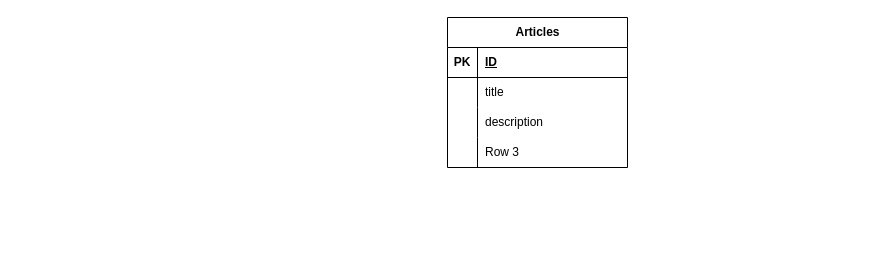
Earlier version of the draw.io diagram news.drawio (andrew-atef/andrew-atef). Source tidied: cells renumbered, new cells numbered last; positions are measured from the earlier drawing's top-left corner, leaving out a move shared by most shapes. Both pictures are drawn from the tidied source at 100%, with x=0, y=0 at pixel (447, 17).
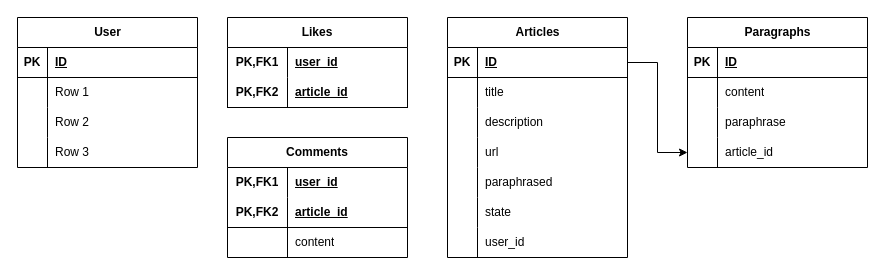
After the change.

Unchanged cells that the change refers to:
```xml
<mxCell id="3" style="shape=tableRow;horizontal=0;startSize=0;swimlaneHead=0;swimlaneBody=0;fillColor=none;points=[[0,0.5],[1,0.5]];portConstraint=eastwest;top=0;left=0;right=0;bottom=1;" parent="2" vertex="1">
  <mxGeometry y="30" width="180" height="30" as="geometry" />
</mxCell>
<mxCell id="12" style="shape=tableRow;horizontal=0;startSize=0;swimlaneHead=0;swimlaneBody=0;fillColor=none;top=0;left=0;right=0;bottom=0;" parent="2" vertex="1">
  <mxGeometry y="120" width="180" height="30" as="geometry" />
</mxCell>
```

What changed in the source:
```diff
@@
     <mxCell id="2" value="Articles" style="shape=table;startSize=30;childLayout=tableLayout;rowLines=0;fontStyle=1;align=center;html=1;" parent="1" vertex="1">
-      <mxGeometry width="180" height="150" as="geometry" />
+      <mxGeometry width="180" height="240" as="geometry" />
     </mxCell>
@@
-    <mxCell id="14" value="Row 3" style="shape=partialRectangle;fillColor=none;top=0;left=0;bottom=0;right=0;align=left;spacingLeft=6;overflow=hidden;whiteSpace=wrap;html=1;" parent="12" vertex="1">
+    <mxCell id="14" value="url" style="shape=partialRectangle;fillColor=none;top=0;left=0;bottom=0;right=0;align=left;spacingLeft=6;overflow=hidden;whiteSpace=wrap;html=1;" parent="12" vertex="1">
       <mxGeometry x="30" width="150" height="30" as="geometry" />
     </mxCell>
+    <mxCell id="15" style="shape=tableRow;horizontal=0;startSize=0;swimlaneHead=0;swimlaneBody=0;fillColor=none;top=0;left=0;right=0;bottom=0;" parent="2" vertex="1">
+      <mxGeometry y="150" width="180" height="30" as="geometry" />
+    </mxCell>
+    <mxCell id="16" style="shape=partialRectangle;fillColor=none;top=0;left=0;bottom=0;right=0;overflow=hidden;whiteSpace=wrap;html=1;" parent="15" vertex="1">
+      <mxGeometry width="30" height="30" as="geometry" />
+    </mxCell>
+    <mxCell id="17" value="paraphrased" style="shape=partialRectangle;fillColor=none;top=0;left=0;bottom=0;right=0;align=left;spacingLeft=6;overflow=hidden;whiteSpace=wrap;html=1;" parent="15" vertex="1">
+      <mxGeometry x="30" width="150" height="30" as="geometry" />
+    </mxCell>
+    <mxCell id="18" style="shape=tableRow;horizontal=0;startSize=0;swimlaneHead=0;swimlaneBody=0;fillColor=none;top=0;left=0;right=0;bottom=0;" parent="2" vertex="1">
+      <mxGeometry y="180" width="180" height="30" as="geometry" />
+    </mxCell>
+    <mxCell id="19" style="shape=partialRectangle;fillColor=none;top=0;left=0;bottom=0;right=0;overflow=hidden;whiteSpace=wrap;html=1;" parent="18" vertex="1">
+      <mxGeometry width="30" height="30" as="geometry" />
+    </mxCell>
+    <mxCell id="20" value="state" style="shape=partialRectangle;fillColor=none;top=0;left=0;bottom=0;right=0;align=left;spacingLeft=6;overflow=hidden;whiteSpace=wrap;html=1;" parent="18" vertex="1">
+      <mxGeometry x="30" width="150" height="30" as="geometry" />
+    </mxCell>
+    <mxCell id="21" style="shape=tableRow;horizontal=0;startSize=0;swimlaneHead=0;swimlaneBody=0;fillColor=none;top=0;left=0;right=0;bottom=0;" parent="2" vertex="1">
+      <mxGeometry y="210" width="180" height="30" as="geometry" />
+    </mxCell>
+    <mxCell id="22" style="shape=partialRectangle;fillColor=none;top=0;left=0;bottom=0;right=0;overflow=hidden;whiteSpace=wrap;html=1;" parent="21" vertex="1">
+      <mxGeometry width="30" height="30" as="geometry" />
+    </mxCell>
+    <mxCell id="23" value="user_id" style="shape=partialRectangle;fillColor=none;top=0;left=0;bottom=0;right=0;align=left;spacingLeft=6;overflow=hidden;whiteSpace=wrap;html=1;" parent="21" vertex="1">
+      <mxGeometry x="30" width="150" height="30" as="geometry" />
+    </mxCell>
+    <mxCell id="24" value="Paragraphs" style="shape=table;startSize=30;childLayout=tableLayout;rowLines=0;fontStyle=1;align=center;html=1;" parent="1" vertex="1">
+      <mxGeometry x="240" width="180" height="150" as="geometry" />
+    </mxCell>
+    <mxCell id="25" style="shape=tableRow;horizontal=0;startSize=0;swimlaneHead=0;swimlaneBody=0;fillColor=none;top=0;left=0;right=0;bottom=1;" parent="24" vertex="1">
+      <mxGeometry y="30" width="180" height="30" as="geometry" />
+    </mxCell>
+    <mxCell id="26" value="PK" style="shape=partialRectangle;fillColor=none;top=0;left=0;bottom=0;right=0;fontStyle=1;overflow=hidden;whiteSpace=wrap;html=1;" parent="25" vertex="1">
+      <mxGeometry width="30" height="30" as="geometry" />
+    </mxCell>
+    <mxCell id="27" value="ID" style="shape=partialRectangle;fillColor=none;top=0;left=0;bottom=0;right=0;align=left;spacingLeft=6;fontStyle=5;overflow=hidden;whiteSpace=wrap;html=1;" parent="25" vertex="1">
+      <mxGeometry x="30" width="150" height="30" as="geometry" />
+    </mxCell>
+    <mxCell id="28" style="shape=tableRow;horizontal=0;startSize=0;swimlaneHead=0;swimlaneBody=0;fillColor=none;top=0;left=0;right=0;bottom=0;" parent="24" vertex="1">
+      <mxGeometry y="60" width="180" height="30" as="geometry" />
+    </mxCell>
+    <mxCell id="29" style="shape=partialRectangle;fillColor=none;top=0;left=0;bottom=0;right=0;overflow=hidden;whiteSpace=wrap;html=1;" parent="28" vertex="1">
+      <mxGeometry width="30" height="30" as="geometry" />
+    </mxCell>
+    <mxCell id="30" value="content" style="shape=partialRectangle;fillColor=none;top=0;left=0;bottom=0;right=0;align=left;spacingLeft=6;overflow=hidden;whiteSpace=wrap;html=1;" parent="28" vertex="1">
+      <mxGeometry x="30" width="150" height="30" as="geometry" />
+    </mxCell>
+    <mxCell id="31" style="shape=tableRow;horizontal=0;startSize=0;swimlaneHead=0;swimlaneBody=0;fillColor=none;top=0;left=0;right=0;bottom=0;" parent="24" vertex="1">
+      <mxGeometry y="90" width="180" height="30" as="geometry" />
+    </mxCell>
+    <mxCell id="32" style="shape=partialRectangle;fillColor=none;top=0;left=0;bottom=0;right=0;overflow=hidden;whiteSpace=wrap;html=1;" parent="31" vertex="1">
+      <mxGeometry width="30" height="30" as="geometry" />
+    </mxCell>
+    <mxCell id="33" value="paraphrase" style="shape=partialRectangle;fillColor=none;top=0;left=0;bottom=0;right=0;align=left;spacingLeft=6;overflow=hidden;whiteSpace=wrap;html=1;" parent="31" vertex="1">
+      <mxGeometry x="30" width="150" height="30" as="geometry" />
+    </mxCell>
+    <mxCell id="34" style="shape=tableRow;horizontal=0;startSize=0;swimlaneHead=0;swimlaneBody=0;fillColor=none;points=[[0,0.5],[1,0.5]];portConstraint=eastwest;top=0;left=0;right=0;bottom=0;" parent="24" vertex="1">
+      <mxGeometry y="120" width="180" height="30" as="geometry" />
+    </mxCell>
+    <mxCell id="35" style="shape=partialRectangle;fillColor=none;top=0;left=0;bottom=0;right=0;overflow=hidden;whiteSpace=wrap;html=1;" parent="34" vertex="1">
+      <mxGeometry width="30" height="30" as="geometry" />
+    </mxCell>
+    <mxCell id="36" value="article_id" style="shape=partialRectangle;fillColor=none;top=0;left=0;bottom=0;right=0;align=left;spacingLeft=6;overflow=hidden;whiteSpace=wrap;html=1;" parent="34" vertex="1">
+      <mxGeometry x="30" width="150" height="30" as="geometry" />
+    </mxCell>
+    <mxCell id="37" style="edgeStyle=orthogonalEdgeStyle;rounded=0;jettySize=auto;html=1;exitX=1;exitY=0.5;exitDx=0;exitDy=0;entryX=0;entryY=0.5;entryDx=0;entryDy=0;" parent="1" edge="1" source="3" target="34">
+      <mxGeometry relative="1" as="geometry" />
+    </mxCell>
+    <mxCell id="38" value="User" style="shape=table;startSize=30;childLayout=tableLayout;rowLines=0;fontStyle=1;align=center;html=1;" parent="1" vertex="1">
+      <mxGeometry x="-430" width="180" height="150" as="geometry" />
+    </mxCell>
+    <mxCell id="39" style="shape=tableRow;horizontal=0;startSize=0;swimlaneHead=0;swimlaneBody=0;fillColor=none;top=0;left=0;right=0;bottom=1;" parent="38" vertex="1">
+      <mxGeometry y="30" width="180" height="30" as="geometry" />
+    </mxCell>
+    <mxCell id="40" value="PK" style="shape=partialRectangle;fillColor=none;top=0;left=0;bottom=0;right=0;fontStyle=1;overflow=hidden;whiteSpace=wrap;html=1;" parent="39" vertex="1">
+      <mxGeometry width="30" height="30" as="geometry" />
+    </mxCell>
+    <mxCell id="41" value="ID" style="shape=partialRectangle;fillColor=none;top=0;left=0;bottom=0;right=0;align=left;spacingLeft=6;fontStyle=5;overflow=hidden;whiteSpace=wrap;html=1;" parent="39" vertex="1">
+      <mxGeometry x="30" width="150" height="30" as="geometry" />
+    </mxCell>
+    <mxCell id="42" style="shape=tableRow;horizontal=0;startSize=0;swimlaneHead=0;swimlaneBody=0;fillColor=none;top=0;left=0;right=0;bottom=0;" parent="38" vertex="1">
+      <mxGeometry y="60" width="180" height="30" as="geometry" />
+    </mxCell>
+    <mxCell id="43" style="shape=partialRectangle;fillColor=none;top=0;left=0;bottom=0;right=0;overflow=hidden;whiteSpace=wrap;html=1;" parent="42" vertex="1">
+      <mxGeometry width="30" height="30" as="geometry" />
+    </mxCell>
+    <mxCell id="44" value="Row 1" style="shape=partialRectangle;fillColor=none;top=0;left=0;bottom=0;right=0;align=left;spacingLeft=6;overflow=hidden;whiteSpace=wrap;html=1;" parent="42" vertex="1">
+      <mxGeometry x="30" width="150" height="30" as="geometry" />
+    </mxCell>
+    <mxCell id="45" style="shape=tableRow;horizontal=0;startSize=0;swimlaneHead=0;swimlaneBody=0;fillColor=none;top=0;left=0;right=0;bottom=0;" parent="38" vertex="1">
+      <mxGeometry y="90" width="180" height="30" as="geometry" />
+    </mxCell>
+    <mxCell id="46" style="shape=partialRectangle;fillColor=none;top=0;left=0;bottom=0;right=0;overflow=hidden;whiteSpace=wrap;html=1;" parent="45" vertex="1">
+      <mxGeometry width="30" height="30" as="geometry" />
+    </mxCell>
+    <mxCell id="47" value="Row 2" style="shape=partialRectangle;fillColor=none;top=0;left=0;bottom=0;right=0;align=left;spacingLeft=6;overflow=hidden;whiteSpace=wrap;html=1;" parent="45" vertex="1">
+      <mxGeometry x="30" width="150" height="30" as="geometry" />
+    </mxCell>
+    <mxCell id="48" style="shape=tableRow;horizontal=0;startSize=0;swimlaneHead=0;swimlaneBody=0;fillColor=none;top=0;left=0;right=0;bottom=0;" parent="38" vertex="1">
+      <mxGeometry y="120" width="180" height="30" as="geometry" />
+    </mxCell>
+    <mxCell id="49" style="shape=partialRectangle;fillColor=none;top=0;left=0;bottom=0;right=0;overflow=hidden;whiteSpace=wrap;html=1;" parent="48" vertex="1">
+      <mxGeometry width="30" height="30" as="geometry" />
+    </mxCell>
+    <mxCell id="50" value="Row 3" style="shape=partialRectangle;fillColor=none;top=0;left=0;bottom=0;right=0;align=left;spacingLeft=6;overflow=hidden;whiteSpace=wrap;html=1;" parent="48" vertex="1">
+      <mxGeometry x="30" width="150" height="30" as="geometry" />
+    </mxCell>
+    <mxCell id="51" value="Likes" style="shape=table;startSize=30;childLayout=tableLayout;rowLines=0;fontStyle=1;align=center;html=1;whiteSpace=wrap;" parent="1" vertex="1">
+      <mxGeometry x="-220" width="180" height="90" as="geometry" />
+    </mxCell>
+    <mxCell id="52" style="shape=tableRow;horizontal=0;startSize=0;swimlaneHead=0;swimlaneBody=0;fillColor=none;top=0;left=0;right=0;bottom=0;html=1;" parent="51" vertex="1">
+      <mxGeometry y="30" width="180" height="30" as="geometry" />
+    </mxCell>
+    <mxCell id="53" value="PK,FK1" style="shape=partialRectangle;fillColor=none;top=0;left=0;bottom=0;right=0;fontStyle=1;overflow=hidden;html=1;whiteSpace=wrap;" parent="52" vertex="1">
+      <mxGeometry width="60" height="30" as="geometry" />
+    </mxCell>
+    <mxCell id="54" value="user_id" style="shape=partialRectangle;fillColor=none;top=0;left=0;bottom=0;right=0;align=left;spacingLeft=6;fontStyle=5;overflow=hidden;html=1;whiteSpace=wrap;" parent="52" vertex="1">
+      <mxGeometry x="60" width="120" height="30" as="geometry" />
+    </mxCell>
+    <mxCell id="55" style="shape=tableRow;horizontal=0;startSize=0;swimlaneHead=0;swimlaneBody=0;fillColor=none;top=0;left=0;right=0;bottom=1;html=1;" parent="51" vertex="1">
+      <mxGeometry y="60" width="180" height="30" as="geometry" />
+    </mxCell>
+    <mxCell id="56" value="PK,FK2" style="shape=partialRectangle;fillColor=none;top=0;left=0;bottom=0;right=0;fontStyle=1;overflow=hidden;html=1;whiteSpace=wrap;" parent="55" vertex="1">
+      <mxGeometry width="60" height="30" as="geometry" />
+    </mxCell>
+    <mxCell id="57" value="article_id" style="shape=partialRectangle;fillColor=none;top=0;left=0;bottom=0;right=0;align=left;spacingLeft=6;fontStyle=5;overflow=hidden;html=1;whiteSpace=wrap;" parent="55" vertex="1">
+      <mxGeometry x="60" width="120" height="30" as="geometry" />
+    </mxCell>
+    <mxCell id="58" value="Comments" style="shape=table;startSize=30;childLayout=tableLayout;rowLines=0;fontStyle=1;align=center;html=1;whiteSpace=wrap;" parent="1" vertex="1">
+      <mxGeometry x="-220" y="120" width="180" height="120" as="geometry" />
+    </mxCell>
+    <mxCell id="59" style="shape=tableRow;horizontal=0;startSize=0;swimlaneHead=0;swimlaneBody=0;fillColor=none;top=0;left=0;right=0;bottom=0;html=1;" parent="58" vertex="1">
+      <mxGeometry y="30" width="180" height="30" as="geometry" />
+    </mxCell>
+    <mxCell id="60" value="PK,FK1" style="shape=partialRectangle;fillColor=none;top=0;left=0;bottom=0;right=0;fontStyle=1;overflow=hidden;html=1;whiteSpace=wrap;" parent="59" vertex="1">
+      <mxGeometry width="60" height="30" as="geometry" />
+    </mxCell>
+    <mxCell id="61" value="user_id" style="shape=partialRectangle;fillColor=none;top=0;left=0;bottom=0;right=0;align=left;spacingLeft=6;fontStyle=5;overflow=hidden;html=1;whiteSpace=wrap;" parent="59" vertex="1">
+      <mxGeometry x="60" width="120" height="30" as="geometry" />
+    </mxCell>
+    <mxCell id="62" style="shape=tableRow;horizontal=0;startSize=0;swimlaneHead=0;swimlaneBody=0;fillColor=none;top=0;left=0;right=0;bottom=1;html=1;" parent="58" vertex="1">
+      <mxGeometry y="60" width="180" height="30" as="geometry" />
+    </mxCell>
+    <mxCell id="63" value="PK,FK2" style="shape=partialRectangle;fillColor=none;top=0;left=0;bottom=0;right=0;fontStyle=1;overflow=hidden;html=1;whiteSpace=wrap;" parent="62" vertex="1">
+      <mxGeometry width="60" height="30" as="geometry" />
+    </mxCell>
+    <mxCell id="64" value="article_id" style="shape=partialRectangle;fillColor=none;top=0;left=0;bottom=0;right=0;align=left;spacingLeft=6;fontStyle=5;overflow=hidden;html=1;whiteSpace=wrap;" parent="62" vertex="1">
+      <mxGeometry x="60" width="120" height="30" as="geometry" />
+    </mxCell>
+    <mxCell id="65" style="shape=tableRow;horizontal=0;startSize=0;swimlaneHead=0;swimlaneBody=0;fillColor=none;top=0;left=0;right=0;bottom=0;html=1;" parent="58" vertex="1">
+      <mxGeometry y="90" width="180" height="30" as="geometry" />
+    </mxCell>
+    <mxCell id="66" style="shape=partialRectangle;fillColor=none;top=0;left=0;bottom=0;right=0;overflow=hidden;html=1;whiteSpace=wrap;" parent="65" vertex="1">
+      <mxGeometry width="60" height="30" as="geometry" />
+    </mxCell>
+    <mxCell id="67" value="content" style="shape=partialRectangle;fillColor=none;top=0;left=0;bottom=0;right=0;align=left;spacingLeft=6;overflow=hidden;html=1;whiteSpace=wrap;" parent="65" vertex="1">
+      <mxGeometry x="60" width="120" height="30" as="geometry" />
+    </mxCell>
```
